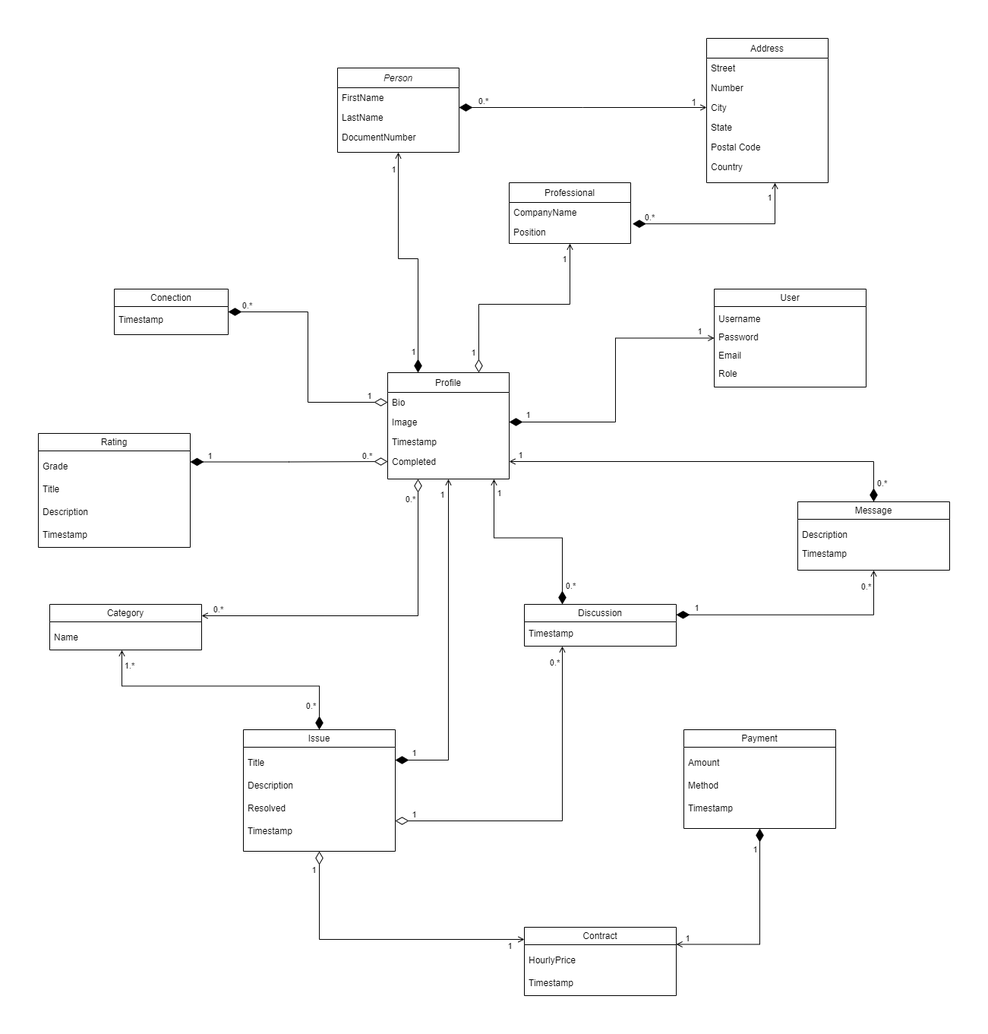
This is assets/diagrams/Class Diagram.png from messiasGeovani/specialister-docs, a draw.io export, as it was before one commit. Source tidied: cells renumbered, new cells last; positions are measured from the earlier drawing's top-left corner, leaving out a move shared by most shapes.
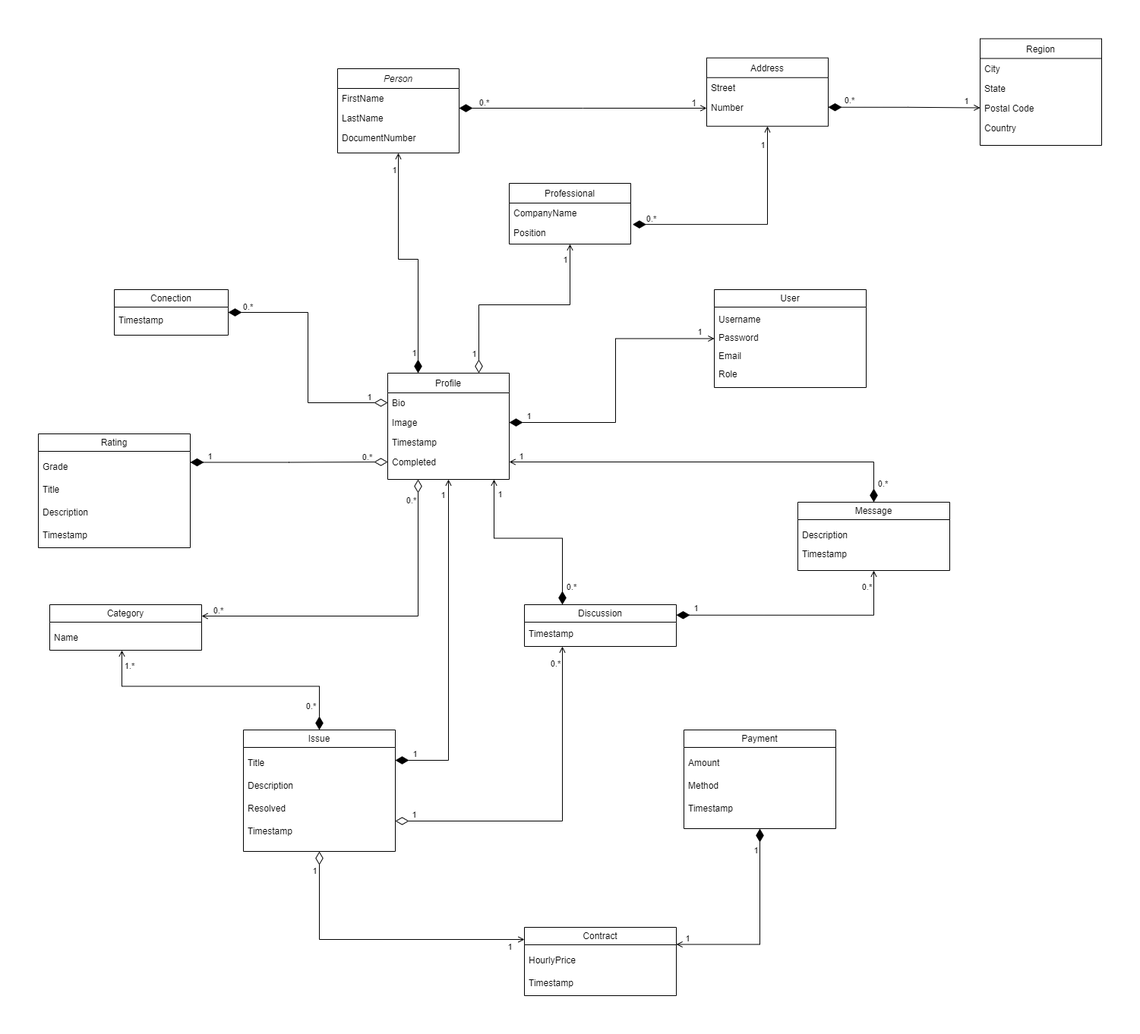
After the change.

Change to the diagram source:
```diff
@@ -78,7 +78,7 @@
       <mxGeometry y="104" width="160" height="26" as="geometry" />
     </mxCell>
     <mxCell id="23" value="Address" style="swimlane;fontStyle=0;align=center;verticalAlign=top;horizontal=1;startSize=26;rounded=0;shadow=0;strokeWidth=1;" parent="1" vertex="1">
-      <mxGeometry x="880" width="160" height="190" as="geometry" />
+      <mxGeometry x="880" y="24.8" width="160" height="90" as="geometry" />
     </mxCell>
     <mxCell id="24" value="Street" style="text;align=left;verticalAlign=top;spacingLeft=4;spacingRight=4;overflow=hidden;" parent="23" vertex="1">
       <mxGeometry y="26" width="160" height="26" as="geometry" />
@@ -86,20 +86,9 @@
     <mxCell id="25" value="Number" style="text;align=left;verticalAlign=top;spacingLeft=4;spacingRight=4;overflow=hidden;points=[[0,0.5],[1,0.5]];portConstraint=eastwest;" parent="23" vertex="1">
       <mxGeometry y="52" width="160" height="26" as="geometry" />
     </mxCell>
-    <mxCell id="26" value="City" style="text;align=left;verticalAlign=top;spacingLeft=4;spacingRight=4;overflow=hidden;points=[[0,0.5],[1,0.5]];portConstraint=eastwest;rounded=0;shadow=0;html=0;" parent="23" vertex="1">
-      <mxGeometry y="78" width="160" height="26" as="geometry" />
-    </mxCell>
-    <mxCell id="27" value="State" style="text;align=left;verticalAlign=top;spacingLeft=4;spacingRight=4;overflow=hidden;rounded=0;shadow=0;html=0;" parent="23" vertex="1">
-      <mxGeometry y="104" width="160" height="26" as="geometry" />
-    </mxCell>
-    <mxCell id="28" value="Postal Code" style="text;align=left;verticalAlign=top;spacingLeft=4;spacingRight=4;overflow=hidden;points=[[0,0.5],[1,0.5]];portConstraint=eastwest;rounded=0;shadow=0;html=0;" parent="23" vertex="1">
-      <mxGeometry y="130" width="160" height="26" as="geometry" />
-    </mxCell>
-    <mxCell id="29" value="Country" style="text;align=left;verticalAlign=top;spacingLeft=4;spacingRight=4;overflow=hidden;rounded=0;shadow=0;html=0;" parent="23" vertex="1">
-      <mxGeometry y="156" width="160" height="26" as="geometry" />
-    </mxCell>
-    <mxCell id="30" style="endArrow=open;shadow=0;strokeWidth=1;rounded=0;endFill=1;edgeStyle=elbowEdgeStyle;elbow=vertical;fontFamily=Helvetica;entryX=0;entryY=0.5;entryDx=0;entryDy=0;startArrow=diamondThin;startFill=1;startSize=15;" parent="1" edge="1" source="5" target="26">
+    <mxCell id="30" style="endArrow=open;shadow=0;strokeWidth=1;rounded=0;endFill=1;edgeStyle=elbowEdgeStyle;elbow=vertical;fontFamily=Helvetica;entryX=0;entryY=0.5;entryDx=0;entryDy=0;startArrow=diamondThin;startFill=1;startSize=15;" parent="1" edge="1" source="5">
       <mxGeometry x="0.5" y="41" relative="1" as="geometry">
+        <mxPoint x="880" y="91" as="targetPoint" />
         <mxPoint x="-40" y="32" as="offset" />
       </mxGeometry>
     </mxCell>
@@ -113,10 +102,8 @@
         <mxPoint x="13" y="-9" as="offset" />
       </mxGeometry>
     </mxCell>
-    <mxCell id="33" style="edgeStyle=orthogonalEdgeStyle;rounded=0;jettySize=auto;html=1;endArrow=open;endFill=0;exitX=1.015;exitY=1.082;exitDx=0;exitDy=0;exitPerimeter=0;startArrow=diamondThin;startFill=1;startSize=15;" parent="1" edge="1" source="10">
-      <mxGeometry relative="1" as="geometry">
-        <mxPoint x="970" y="190" as="targetPoint" />
-      </mxGeometry>
+    <mxCell id="33" style="edgeStyle=orthogonalEdgeStyle;rounded=0;jettySize=auto;html=1;endArrow=open;endFill=0;exitX=1.015;exitY=1.082;exitDx=0;exitDy=0;exitPerimeter=0;startArrow=diamondThin;startFill=1;startSize=15;entryX=0.5;entryY=1;entryDx=0;entryDy=0;" parent="1" edge="1" source="10" target="23">
+      <mxGeometry relative="1" as="geometry" />
     </mxCell>
     <mxCell id="34" value="1" style="edgeLabel;html=1;align=center;verticalAlign=middle;labelBackgroundColor=none;" parent="33" vertex="1">
       <mxGeometry x="0.82" y="-2" relative="1" as="geometry">
@@ -366,5 +353,33 @@
     <mxCell id="99" value="Timestamp" style="text;html=1;strokeColor=none;fillColor=none;align=left;verticalAlign=top;whiteSpace=wrap;rounded=0;spacingLeft=4;spacingRight=4;" parent="96" vertex="1">
       <mxGeometry y="90" width="200" height="30" as="geometry" />
     </mxCell>
+    <mxCell id="100" value="Region" style="swimlane;fontStyle=0;align=center;verticalAlign=top;horizontal=1;startSize=26;rounded=0;shadow=0;strokeWidth=1;" parent="1" vertex="1">
+      <mxGeometry x="1240" y="-0.5" width="160" height="140.5" as="geometry" />
+    </mxCell>
+    <mxCell id="26" value="City" style="text;align=left;verticalAlign=top;spacingLeft=4;spacingRight=4;overflow=hidden;points=[[0,0.5],[1,0.5]];portConstraint=eastwest;rounded=0;shadow=0;html=0;" parent="100" vertex="1">
+      <mxGeometry y="26" width="160" height="26" as="geometry" />
+    </mxCell>
+    <mxCell id="27" value="State" style="text;align=left;verticalAlign=top;spacingLeft=4;spacingRight=4;overflow=hidden;rounded=0;shadow=0;html=0;" parent="100" vertex="1">
+      <mxGeometry y="52" width="160" height="26" as="geometry" />
+    </mxCell>
+    <mxCell id="28" value="Postal Code" style="text;align=left;verticalAlign=top;spacingLeft=4;spacingRight=4;overflow=hidden;points=[[0,0.5],[1,0.5]];portConstraint=eastwest;rounded=0;shadow=0;html=0;" parent="100" vertex="1">
+      <mxGeometry y="78" width="160" height="26" as="geometry" />
+    </mxCell>
+    <mxCell id="29" value="Country" style="text;align=left;verticalAlign=top;spacingLeft=4;spacingRight=4;overflow=hidden;rounded=0;shadow=0;html=0;" parent="100" vertex="1">
+      <mxGeometry y="104" width="160" height="26" as="geometry" />
+    </mxCell>
+    <mxCell id="101" style="edgeStyle=orthogonalEdgeStyle;rounded=0;jettySize=auto;html=1;exitX=1;exitY=0.5;exitDx=0;exitDy=0;entryX=0;entryY=0.5;entryDx=0;entryDy=0;endArrow=open;endFill=0;startArrow=diamondThin;startFill=1;startSize=15;" parent="1" edge="1" source="25" target="28">
+      <mxGeometry relative="1" as="geometry" />
+    </mxCell>
+    <mxCell id="102" value="0.*" style="edgeLabel;html=1;align=center;verticalAlign=middle;labelBackgroundColor=none;" parent="101" vertex="1">
+      <mxGeometry x="-0.8" y="2" relative="1" as="geometry">
+        <mxPoint x="7" y="-7" as="offset" />
+      </mxGeometry>
+    </mxCell>
+    <mxCell id="103" value="1" style="edgeLabel;html=1;align=center;verticalAlign=middle;labelBackgroundColor=none;" parent="101" vertex="1">
+      <mxGeometry x="0.8" y="3" relative="1" as="geometry">
+        <mxPoint x="1" y="-6" as="offset" />
+      </mxGeometry>
+    </mxCell>
   </root>
 </mxGraphModel>
```
